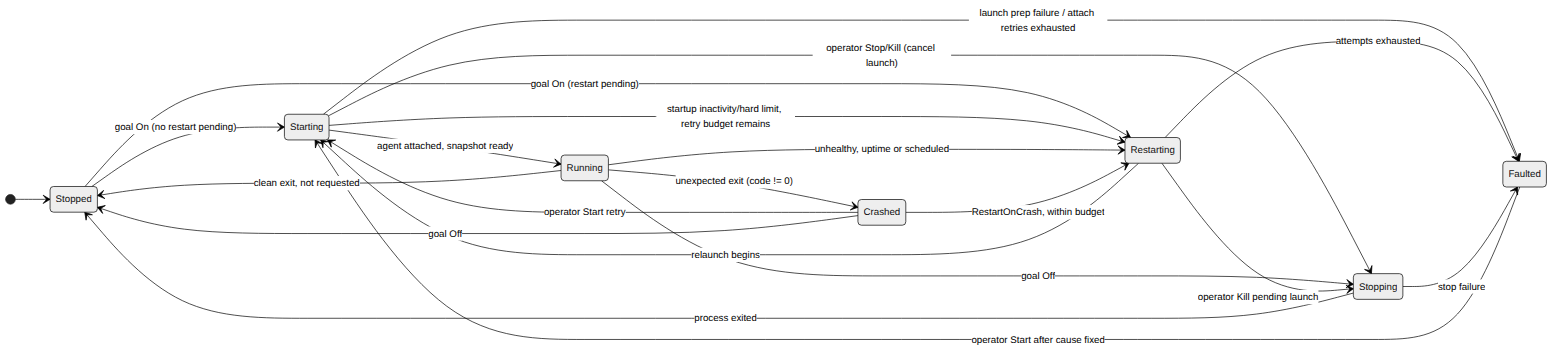
Earlier version of the Mermaid export Docs/StateMachines/diagrams/ds-process-state.png (CometWorks/quasar). Its source is kept beside it as Docs/StateMachines/diagrams/ds-process-state.mmd. The source it was exported from:
```mermaid
stateDiagram-v2
    direction LR
    [*] --> Stopped
    Stopped --> Starting: goal On (no restart pending)
    Stopped --> Restarting: goal On (restart pending)
    Starting --> Running: agent attached, snapshot ready
    Starting --> Restarting: startup inactivity/hard limit, retry budget remains
    Starting --> Stopping: operator Stop/Kill (cancel launch)
    Starting --> Faulted: launch prep failure / attach retries exhausted
    Running --> Stopping: goal Off
    Running --> Restarting: unhealthy, uptime or scheduled
    Running --> Crashed: unexpected exit (code != 0)
    Running --> Stopped: clean exit, not requested
    Restarting --> Starting: relaunch begins
    Restarting --> Stopping: operator Kill pending launch
    Restarting --> Faulted: attempts exhausted
    Stopping --> Stopped: process exited
    Stopping --> Faulted: stop failure
    Crashed --> Restarting: RestartOnCrash, within budget
    Crashed --> Starting: operator Start retry
    Crashed --> Stopped: goal Off
    Faulted --> Starting: operator Start after cause fixed
```
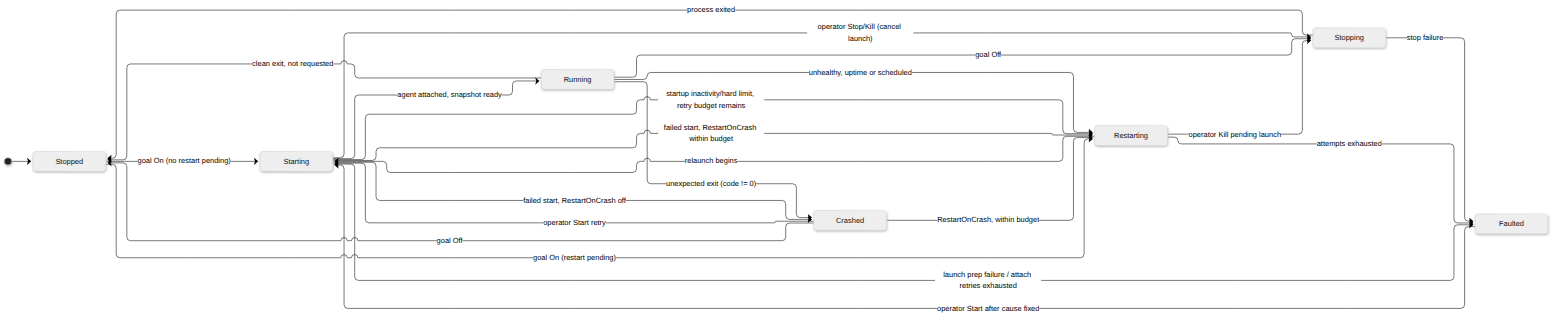
The same diagram one commit later.

Commit message:
Show a world that fails to load as a failed start (#241)

Change to the diagram source:
```diff
@@ -7,6 +7,8 @@
     Starting --> Restarting: startup inactivity/hard limit, retry budget remains
     Starting --> Stopping: operator Stop/Kill (cancel launch)
     Starting --> Faulted: launch prep failure / attach retries exhausted
+    Starting --> Restarting: failed start, RestartOnCrash within budget
+    Starting --> Crashed: failed start, RestartOnCrash off
     Running --> Stopping: goal Off
     Running --> Restarting: unhealthy, uptime or scheduled
     Running --> Crashed: unexpected exit (code != 0)
```
